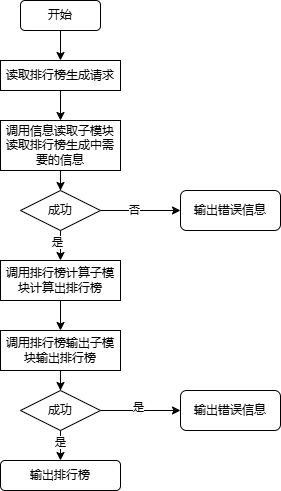
Earlier version of the draw.io export 排行榜模块 流程图.drawio.png (wefcdse/softeng). Source tidied: cells renumbered, new cells last; positions are measured from the earlier drawing's top-left corner, leaving out a move shared by most shapes.
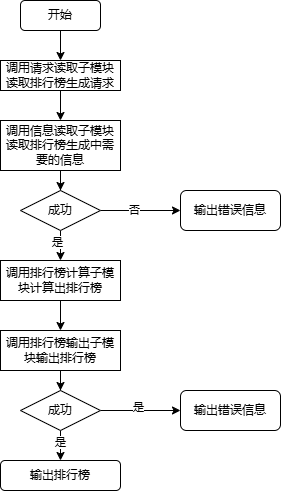
The same file after the commit.

Commit message:
更新排行榜模块 流程图.drawio.png

What changed in the source:
```diff
@@ -11,7 +11,7 @@
     <mxCell id="4" style="edgeStyle=orthogonalEdgeStyle;rounded=0;jettySize=auto;html=1;" parent="1" edge="1" source="5" target="7">
       <mxGeometry relative="1" as="geometry" />
     </mxCell>
-    <mxCell id="5" value="读取排行榜生成请求" style="rounded=0;whiteSpace=wrap;html=1;" parent="1" vertex="1">
+    <mxCell id="5" value="调用请求读取子模块读取排行榜生成请求" style="rounded=0;whiteSpace=wrap;html=1;" parent="1" vertex="1">
       <mxGeometry y="60" width="120" height="30" as="geometry" />
     </mxCell>
     <mxCell id="6" style="edgeStyle=orthogonalEdgeStyle;rounded=0;jettySize=auto;html=1;" parent="1" edge="1" source="7" target="12">
```
